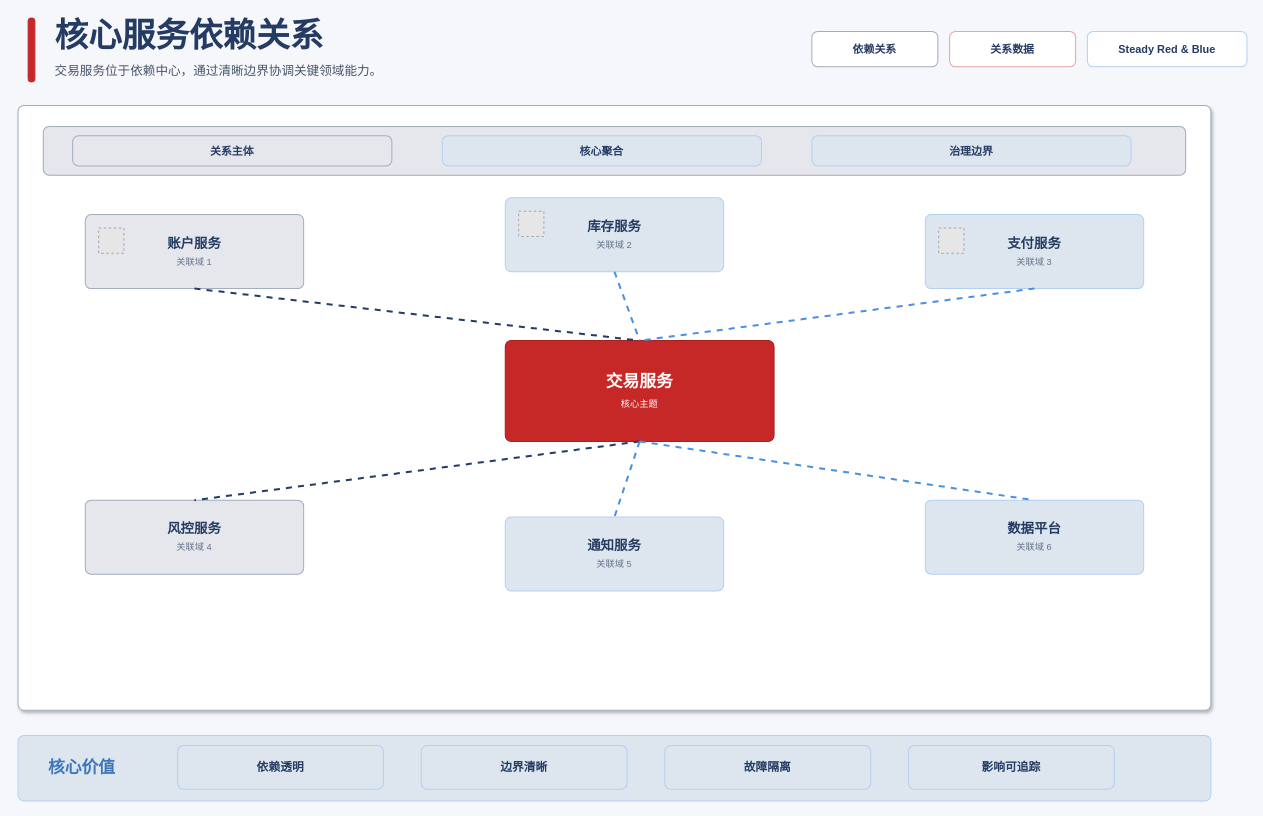
Above: .opencode/skills/xml-diagram/examples/relationship-dependency-steady-red-blue-light-enterprise.drawio in BeWaterMyFriend7/SKILL-PROJECT (draw.io), before the change. Source tidied: cells renumbered, new cells numbered last; positions are measured from the earlier drawing's top-left corner, leaving out a move shared by most shapes. Both pictures are drawn from the tidied source at 84%, with x=0, y=0 at pixel (18, 14). Pictures stored in the file or linked from it are replaced by grey dashed boxes.
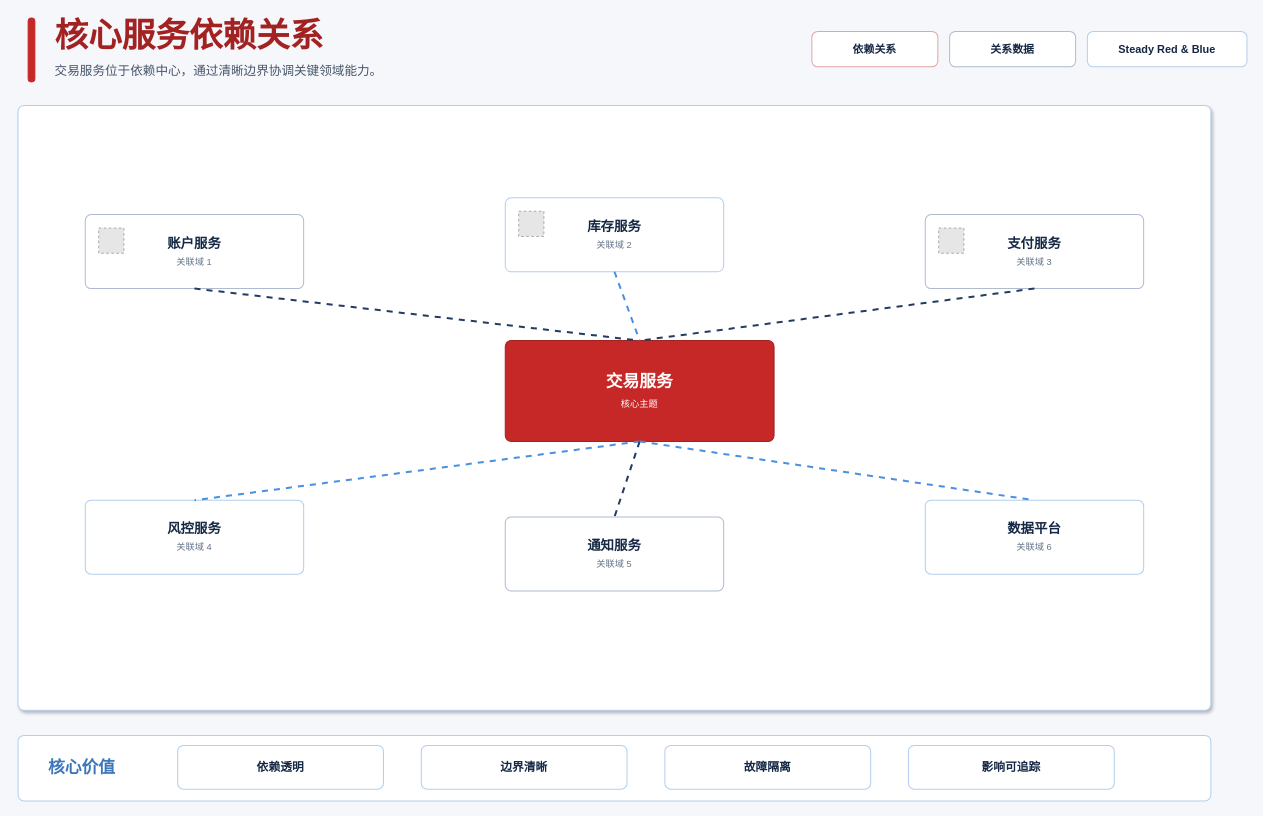
The same diagram, later.

What changed in the source:
```diff
@@
-    <mxCell id="3" value="核心服务依赖关系" style="rounded=1;absoluteArcSize=1;arcSize=14;whiteSpace=wrap;html=1;fillColor=none;strokeColor=none;strokeWidth=1.2;fontColor=#243B63;fontSize=40;fontFamily=Microsoft YaHei;align=left;verticalAlign=middle;fontStyle=1;" parent="1" vertex="1">
+    <mxCell id="3" value="核心服务依赖关系" style="rounded=1;absoluteArcSize=1;arcSize=14;whiteSpace=wrap;html=1;fillColor=none;strokeColor=none;strokeWidth=1.2;fontColor=#A22121;fontSize=40;fontFamily=Microsoft YaHei;align=left;verticalAlign=middle;fontStyle=1;" parent="1" vertex="1">
       <mxGeometry x="42" width="760" height="48" as="geometry" />
     </mxCell>
@@
-    <mxCell id="5" value="依赖关系" style="rounded=1;absoluteArcSize=1;arcSize=14;whiteSpace=wrap;html=1;fillColor=#FFFFFF;strokeColor=#A3ADBD;strokeWidth=1.2;fontColor=#243B63;fontSize=13;fontFamily=Microsoft YaHei;align=center;verticalAlign=middle;fontStyle=1;" parent="1" vertex="1">
+    <mxCell id="5" value="依赖关系" style="rounded=1;absoluteArcSize=1;arcSize=14;whiteSpace=wrap;html=1;fillColor=#FFFFFF;strokeColor=#E2A4A4;strokeWidth=1.2;fontColor=#142744;fontSize=13;fontFamily=Microsoft YaHei;align=center;verticalAlign=middle;fontStyle=1;" parent="1" vertex="1">
       <mxGeometry x="945" y="20" width="150" height="42" as="geometry" />
     </mxCell>
-    <mxCell id="6" value="关系数据" style="rounded=1;absoluteArcSize=1;arcSize=14;whiteSpace=wrap;html=1;fillColor=#FFFFFF;strokeColor=#E7A5A5;strokeWidth=1.2;fontColor=#243B63;fontSize=13;fontFamily=Microsoft YaHei;align=center;verticalAlign=middle;fontStyle=1;" parent="1" vertex="1">
+    <mxCell id="6" value="关系数据" style="rounded=1;absoluteArcSize=1;arcSize=14;whiteSpace=wrap;html=1;fillColor=#FFFFFF;strokeColor=#AEBBD0;strokeWidth=1.2;fontColor=#142744;fontSize=13;fontFamily=Microsoft YaHei;align=center;verticalAlign=middle;fontStyle=1;" parent="1" vertex="1">
       <mxGeometry x="1109" y="20" width="150" height="42" as="geometry" />
     </mxCell>
-    <mxCell id="7" value="Steady Red &amp; Blue" style="rounded=1;absoluteArcSize=1;arcSize=14;whiteSpace=wrap;html=1;fillColor=#FFFFFF;strokeColor=#B3D0F3;strokeWidth=1.2;fontColor=#243B63;fontSize=13;fontFamily=Microsoft YaHei;align=center;verticalAlign=middle;fontStyle=1;" parent="1" vertex="1">
+    <mxCell id="7" value="Steady Red &amp; Blue" style="rounded=1;absoluteArcSize=1;arcSize=14;whiteSpace=wrap;html=1;fillColor=#FFFFFF;strokeColor=#B4CFEC;strokeWidth=1.2;fontColor=#142744;fontSize=13;fontFamily=Microsoft YaHei;align=center;verticalAlign=middle;fontStyle=1;" parent="1" vertex="1">
       <mxGeometry x="1273" y="20" width="190" height="42" as="geometry" />
     </mxCell>
-    <mxCell id="8" style="rounded=1;absoluteArcSize=1;arcSize=14;whiteSpace=wrap;html=1;fillColor=#FFFFFF;strokeColor=#A3ADBD;strokeWidth=1.2;fontColor=#243B63;fontSize=15;fontFamily=Microsoft YaHei;align=center;verticalAlign=middle;shadow=1;" parent="1" vertex="1">
+    <mxCell id="8" style="rounded=1;absoluteArcSize=1;arcSize=14;whiteSpace=wrap;html=1;fillColor=#FFFFFF;strokeColor=#B4CFEC;strokeWidth=1.2;fontColor=#142744;fontSize=15;fontFamily=Microsoft YaHei;align=center;verticalAlign=middle;shadow=1;" parent="1" vertex="1">
       <mxGeometry y="108" width="1420" height="720" as="geometry" />
     </mxCell>
-    <mxCell id="9" style="rounded=1;absoluteArcSize=1;arcSize=14;whiteSpace=wrap;html=1;fillColor=#E5E7EC;strokeColor=#A3ADBD;strokeWidth=1.2;fontColor=#243B63;fontSize=15;fontFamily=Microsoft YaHei;align=center;verticalAlign=middle;" parent="1" vertex="1">
-      <mxGeometry x="30" y="133" width="1360" height="58" as="geometry" />
-    </mxCell>
-    <mxCell id="10" value="&lt;b&gt;关系主体&lt;/b&gt;" style="rounded=1;absoluteArcSize=1;arcSize=14;whiteSpace=wrap;html=1;fillColor=#E5E7EC;strokeColor=#A3ADBD;strokeWidth=1.2;fontColor=#243B63;fontSize=13;fontFamily=Microsoft YaHei;align=center;verticalAlign=middle;" parent="1" vertex="1">
-      <mxGeometry x="65" y="144" width="380" height="36" as="geometry" />
-    </mxCell>
-    <mxCell id="11" value="&lt;b&gt;核心聚合&lt;/b&gt;" style="rounded=1;absoluteArcSize=1;arcSize=14;whiteSpace=wrap;html=1;fillColor=#DDE6EF;strokeColor=#B3D0F3;strokeWidth=1.2;fontColor=#243B63;fontSize=13;fontFamily=Microsoft YaHei;align=center;verticalAlign=middle;" parent="1" vertex="1">
-      <mxGeometry x="505" y="144" width="380" height="36" as="geometry" />
-    </mxCell>
-    <mxCell id="12" value="&lt;b&gt;治理边界&lt;/b&gt;" style="rounded=1;absoluteArcSize=1;arcSize=14;whiteSpace=wrap;html=1;fillColor=#DDE6EF;strokeColor=#B3D0F3;strokeWidth=1.2;fontColor=#243B63;fontSize=13;fontFamily=Microsoft YaHei;align=center;verticalAlign=middle;" parent="1" vertex="1">
-      <mxGeometry x="945" y="144" width="380" height="36" as="geometry" />
-    </mxCell>
-    <mxCell id="13" style="rounded=1;absoluteArcSize=1;arcSize=14;whiteSpace=wrap;html=1;fillColor=#DDE6EF;strokeColor=#B3D0F3;strokeWidth=1.2;fontColor=#243B63;fontSize=15;fontFamily=Microsoft YaHei;align=center;verticalAlign=middle;" parent="1" vertex="1">
+    <mxCell id="13" style="rounded=1;absoluteArcSize=1;arcSize=14;whiteSpace=wrap;html=1;fillColor=#FFFFFF;strokeColor=#B4CFEC;strokeWidth=1.2;fontColor=#142744;fontSize=15;fontFamily=Microsoft YaHei;align=center;verticalAlign=middle;" parent="1" vertex="1">
       <mxGeometry y="858" width="1420" height="78" as="geometry" />
     </mxCell>
-    <mxCell id="14" value="&lt;b&gt;依赖透明&lt;/b&gt;" style="rounded=1;absoluteArcSize=1;arcSize=14;whiteSpace=wrap;html=1;fillColor=#DDE6EF;strokeColor=#B3D0F3;strokeWidth=1.2;fontColor=#243B63;fontSize=14;fontFamily=Microsoft YaHei;align=center;verticalAlign=middle;" parent="1" vertex="1">
+    <mxCell id="14" value="&lt;b&gt;依赖透明&lt;/b&gt;" style="rounded=1;absoluteArcSize=1;arcSize=14;whiteSpace=wrap;html=1;fillColor=#FFFFFF;strokeColor=#B4CFEC;strokeWidth=1.2;fontColor=#142744;fontSize=14;fontFamily=Microsoft YaHei;align=center;verticalAlign=middle;" parent="1" vertex="1">
       <mxGeometry x="190" y="870" width="245" height="52" as="geometry" />
     </mxCell>
-    <mxCell id="15" value="&lt;b&gt;边界清晰&lt;/b&gt;" style="rounded=1;absoluteArcSize=1;arcSize=14;whiteSpace=wrap;html=1;fillColor=#DDE6EF;strokeColor=#B3D0F3;strokeWidth=1.2;fontColor=#243B63;fontSize=14;fontFamily=Microsoft YaHei;align=center;verticalAlign=middle;" parent="1" vertex="1">
+    <mxCell id="15" value="&lt;b&gt;边界清晰&lt;/b&gt;" style="rounded=1;absoluteArcSize=1;arcSize=14;whiteSpace=wrap;html=1;fillColor=#FFFFFF;strokeColor=#B4CFEC;strokeWidth=1.2;fontColor=#142744;fontSize=14;fontFamily=Microsoft YaHei;align=center;verticalAlign=middle;" parent="1" vertex="1">
       <mxGeometry x="480" y="870" width="245" height="52" as="geometry" />
     </mxCell>
-    <mxCell id="16" value="&lt;b&gt;故障隔离&lt;/b&gt;" style="rounded=1;absoluteArcSize=1;arcSize=14;whiteSpace=wrap;html=1;fillColor=#DDE6EF;strokeColor=#B3D0F3;strokeWidth=1.2;fontColor=#243B63;fontSize=14;fontFamily=Microsoft YaHei;align=center;verticalAlign=middle;" parent="1" vertex="1">
+    <mxCell id="16" value="&lt;b&gt;故障隔离&lt;/b&gt;" style="rounded=1;absoluteArcSize=1;arcSize=14;whiteSpace=wrap;html=1;fillColor=#FFFFFF;strokeColor=#B4CFEC;strokeWidth=1.2;fontColor=#142744;fontSize=14;fontFamily=Microsoft YaHei;align=center;verticalAlign=middle;" parent="1" vertex="1">
       <mxGeometry x="770" y="870" width="245" height="52" as="geometry" />
     </mxCell>
-    <mxCell id="17" value="&lt;b&gt;影响可追踪&lt;/b&gt;" style="rounded=1;absoluteArcSize=1;arcSize=14;whiteSpace=wrap;html=1;fillColor=#DDE6EF;strokeColor=#B3D0F3;strokeWidth=1.2;fontColor=#243B63;fontSize=14;fontFamily=Microsoft YaHei;align=center;verticalAlign=middle;" parent="1" vertex="1">
+    <mxCell id="17" value="&lt;b&gt;影响可追踪&lt;/b&gt;" style="rounded=1;absoluteArcSize=1;arcSize=14;whiteSpace=wrap;html=1;fillColor=#FFFFFF;strokeColor=#B4CFEC;strokeWidth=1.2;fontColor=#142744;fontSize=14;fontFamily=Microsoft YaHei;align=center;verticalAlign=middle;" parent="1" vertex="1">
       <mxGeometry x="1060" y="870" width="245" height="52" as="geometry" />
     </mxCell>
@@
-    <mxCell id="19" value="&lt;b&gt;账户服务&lt;/b&gt;&lt;br&gt;&lt;font style='font-size:11px;color:#64748B'&gt;关联域 1&lt;/font&gt;" style="rounded=1;absoluteArcSize=1;arcSize=14;whiteSpace=wrap;html=1;fillColor=#E5E7EC;strokeColor=#A3ADBD;strokeWidth=1.2;fontColor=#243B63;fontSize=16;fontFamily=Microsoft YaHei;align=center;verticalAlign=middle;" parent="1" vertex="1">
+    <mxCell id="19" value="&lt;b&gt;账户服务&lt;/b&gt;&lt;br&gt;&lt;font style='font-size:11px;color:#64748B'&gt;关联域 1&lt;/font&gt;" style="rounded=1;absoluteArcSize=1;arcSize=14;whiteSpace=wrap;html=1;fillColor=#FFFFFF;strokeColor=#AEBBD0;strokeWidth=1.2;fontColor=#142744;fontSize=16;fontFamily=Microsoft YaHei;align=center;verticalAlign=middle;" parent="1" vertex="1">
       <mxGeometry x="80" y="238" width="260" height="88" as="geometry" />
     </mxCell>
-    <mxCell id="20" value="&lt;b&gt;库存服务&lt;/b&gt;&lt;br&gt;&lt;font style='font-size:11px;color:#64748B'&gt;关联域 2&lt;/font&gt;" style="rounded=1;absoluteArcSize=1;arcSize=14;whiteSpace=wrap;html=1;fillColor=#DDE6EF;strokeColor=#B3D0F3;strokeWidth=1.2;fontColor=#243B63;fontSize=16;fontFamily=Microsoft YaHei;align=center;verticalAlign=middle;" parent="1" vertex="1">
+    <mxCell id="20" value="&lt;b&gt;库存服务&lt;/b&gt;&lt;br&gt;&lt;font style='font-size:11px;color:#64748B'&gt;关联域 2&lt;/font&gt;" style="rounded=1;absoluteArcSize=1;arcSize=14;whiteSpace=wrap;html=1;fillColor=#FFFFFF;strokeColor=#B4CFEC;strokeWidth=1.2;fontColor=#142744;fontSize=16;fontFamily=Microsoft YaHei;align=center;verticalAlign=middle;" parent="1" vertex="1">
       <mxGeometry x="580" y="218" width="260" height="88" as="geometry" />
     </mxCell>
-    <mxCell id="21" value="&lt;b&gt;支付服务&lt;/b&gt;&lt;br&gt;&lt;font style='font-size:11px;color:#64748B'&gt;关联域 3&lt;/font&gt;" style="rounded=1;absoluteArcSize=1;arcSize=14;whiteSpace=wrap;html=1;fillColor=#DDE6EF;strokeColor=#B3D0F3;strokeWidth=1.2;fontColor=#243B63;fontSize=16;fontFamily=Microsoft YaHei;align=center;verticalAlign=middle;" parent="1" vertex="1">
+    <mxCell id="21" value="&lt;b&gt;支付服务&lt;/b&gt;&lt;br&gt;&lt;font style='font-size:11px;color:#64748B'&gt;关联域 3&lt;/font&gt;" style="rounded=1;absoluteArcSize=1;arcSize=14;whiteSpace=wrap;html=1;fillColor=#FFFFFF;strokeColor=#AEBBD0;strokeWidth=1.2;fontColor=#142744;fontSize=16;fontFamily=Microsoft YaHei;align=center;verticalAlign=middle;" parent="1" vertex="1">
       <mxGeometry x="1080" y="238" width="260" height="88" as="geometry" />
     </mxCell>
-    <mxCell id="22" value="&lt;b&gt;风控服务&lt;/b&gt;&lt;br&gt;&lt;font style='font-size:11px;color:#64748B'&gt;关联域 4&lt;/font&gt;" style="rounded=1;absoluteArcSize=1;arcSize=14;whiteSpace=wrap;html=1;fillColor=#E5E7EC;strokeColor=#A3ADBD;strokeWidth=1.2;fontColor=#243B63;fontSize=16;fontFamily=Microsoft YaHei;align=center;verticalAlign=middle;" parent="1" vertex="1">
+    <mxCell id="22" value="&lt;b&gt;风控服务&lt;/b&gt;&lt;br&gt;&lt;font style='font-size:11px;color:#64748B'&gt;关联域 4&lt;/font&gt;" style="rounded=1;absoluteArcSize=1;arcSize=14;whiteSpace=wrap;html=1;fillColor=#FFFFFF;strokeColor=#B4CFEC;strokeWidth=1.2;fontColor=#142744;fontSize=16;fontFamily=Microsoft YaHei;align=center;verticalAlign=middle;" parent="1" vertex="1">
       <mxGeometry x="80" y="578" width="260" height="88" as="geometry" />
     </mxCell>
-    <mxCell id="23" value="&lt;b&gt;通知服务&lt;/b&gt;&lt;br&gt;&lt;font style='font-size:11px;color:#64748B'&gt;关联域 5&lt;/font&gt;" style="rounded=1;absoluteArcSize=1;arcSize=14;whiteSpace=wrap;html=1;fillColor=#DDE6EF;strokeColor=#B3D0F3;strokeWidth=1.2;fontColor=#243B63;fontSize=16;fontFamily=Microsoft YaHei;align=center;verticalAlign=middle;" parent="1" vertex="1">
+    <mxCell id="23" value="&lt;b&gt;通知服务&lt;/b&gt;&lt;br&gt;&lt;font style='font-size:11px;color:#64748B'&gt;关联域 5&lt;/font&gt;" style="rounded=1;absoluteArcSize=1;arcSize=14;whiteSpace=wrap;html=1;fillColor=#FFFFFF;strokeColor=#AEBBD0;strokeWidth=1.2;fontColor=#142744;fontSize=16;fontFamily=Microsoft YaHei;align=center;verticalAlign=middle;" parent="1" vertex="1">
       <mxGeometry x="580" y="598" width="260" height="88" as="geometry" />
     </mxCell>
-    <mxCell id="24" value="&lt;b&gt;数据平台&lt;/b&gt;&lt;br&gt;&lt;font style='font-size:11px;color:#64748B'&gt;关联域 6&lt;/font&gt;" style="rounded=1;absoluteArcSize=1;arcSize=14;whiteSpace=wrap;html=1;fillColor=#DDE6EF;strokeColor=#B3D0F3;strokeWidth=1.2;fontColor=#243B63;fontSize=16;fontFamily=Microsoft YaHei;align=center;verticalAlign=middle;" parent="1" vertex="1">
+    <mxCell id="24" value="&lt;b&gt;数据平台&lt;/b&gt;&lt;br&gt;&lt;font style='font-size:11px;color:#64748B'&gt;关联域 6&lt;/font&gt;" style="rounded=1;absoluteArcSize=1;arcSize=14;whiteSpace=wrap;html=1;fillColor=#FFFFFF;strokeColor=#B4CFEC;strokeWidth=1.2;fontColor=#142744;fontSize=16;fontFamily=Microsoft YaHei;align=center;verticalAlign=middle;" parent="1" vertex="1">
       <mxGeometry x="1080" y="578" width="260" height="88" as="geometry" />
     </mxCell>
@@
-    <mxCell id="31" style="edgeStyle=none;orthogonalLoop=1;jettySize=auto;html=1;strokeColor=#4A90E2;strokeWidth=2.4;dashed=1;endArrow=none;endFill=0;" parent="1" edge="1">
+    <mxCell id="31" style="edgeStyle=none;orthogonalLoop=1;jettySize=auto;html=1;strokeColor=#243B63;strokeWidth=2.4;dashed=1;endArrow=none;endFill=0;" parent="1" edge="1">
       <mxGeometry relative="1" as="geometry">
         <mxPoint x="1210" y="326" as="sourcePoint" />
         <mxPoint x="740" y="388" as="targetPoint" />
       </mxGeometry>
     </mxCell>
-    <mxCell id="32" style="edgeStyle=none;orthogonalLoop=1;jettySize=auto;html=1;strokeColor=#243B63;strokeWidth=2.4;dashed=1;endArrow=none;endFill=0;" parent="1" edge="1">
+    <mxCell id="32" style="edgeStyle=none;orthogonalLoop=1;jettySize=auto;html=1;strokeColor=#4A90E2;strokeWidth=2.4;dashed=1;endArrow=none;endFill=0;" parent="1" edge="1">
       <mxGeometry relative="1" as="geometry">
         <mxPoint x="740" y="508" as="sourcePoint" />
         <mxPoint x="210" y="578" as="targetPoint" />
       </mxGeometry>
     </mxCell>
-    <mxCell id="33" style="edgeStyle=none;orthogonalLoop=1;jettySize=auto;html=1;strokeColor=#4A90E2;strokeWidth=2.4;dashed=1;endArrow=none;endFill=0;" parent="1" edge="1">
+    <mxCell id="33" style="edgeStyle=none;orthogonalLoop=1;jettySize=auto;html=1;strokeColor=#243B63;strokeWidth=2.4;dashed=1;endArrow=none;endFill=0;" parent="1" edge="1">
       <mxGeometry relative="1" as="geometry">
         <mxPoint x="740" y="508" as="sourcePoint" />
         <mxPoint x="710" y="598" as="targetPoint" />
       </mxGeometry>
     </mxCell>
```
